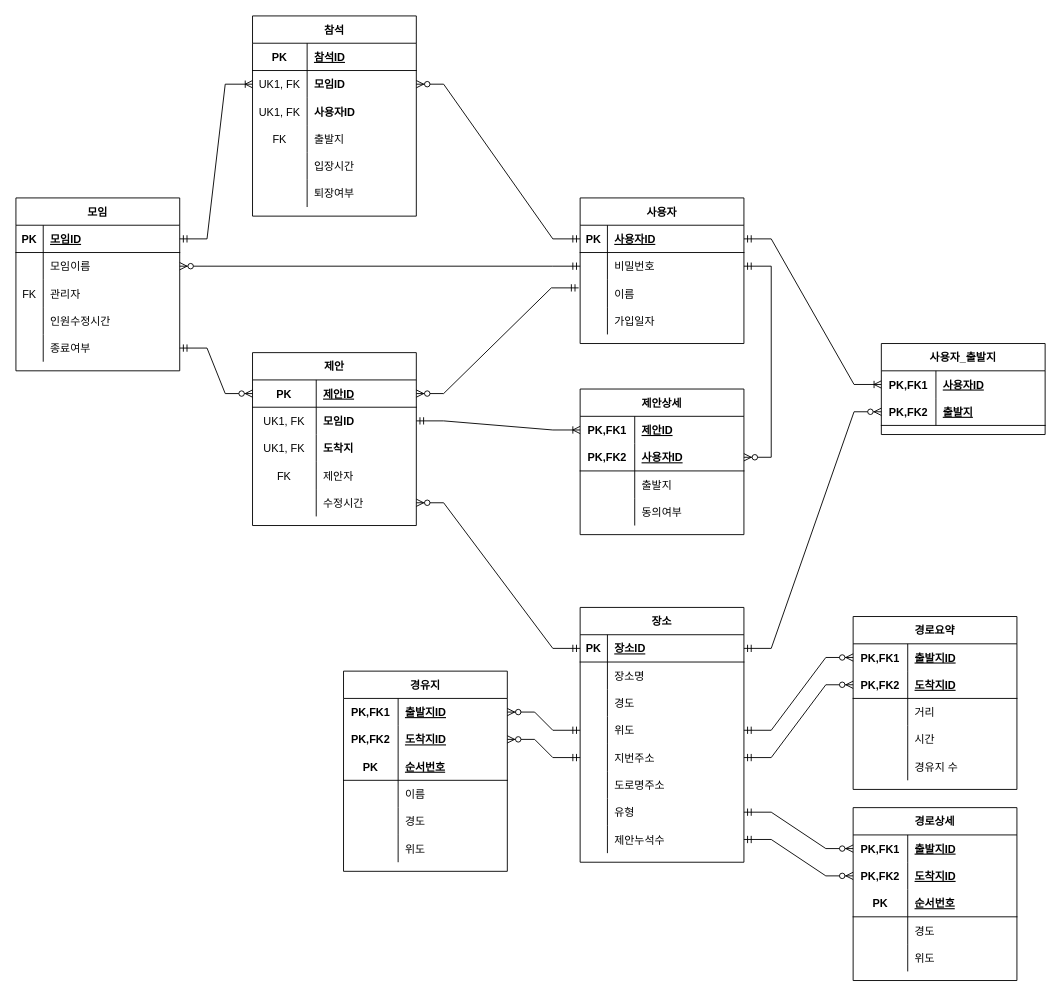
This is documents/ER-DIAGRAM.drawio from jsjg73/LMUN_Ver2.1, a draw.io file, before an edit. Source tidied: cells renumbered, new cells numbered last; positions are measured from the earlier drawing's top-left corner, leaving out a move shared by most shapes. Both pictures are drawn from the tidied source at 91%, with x=0, y=0 at pixel (15, 15).
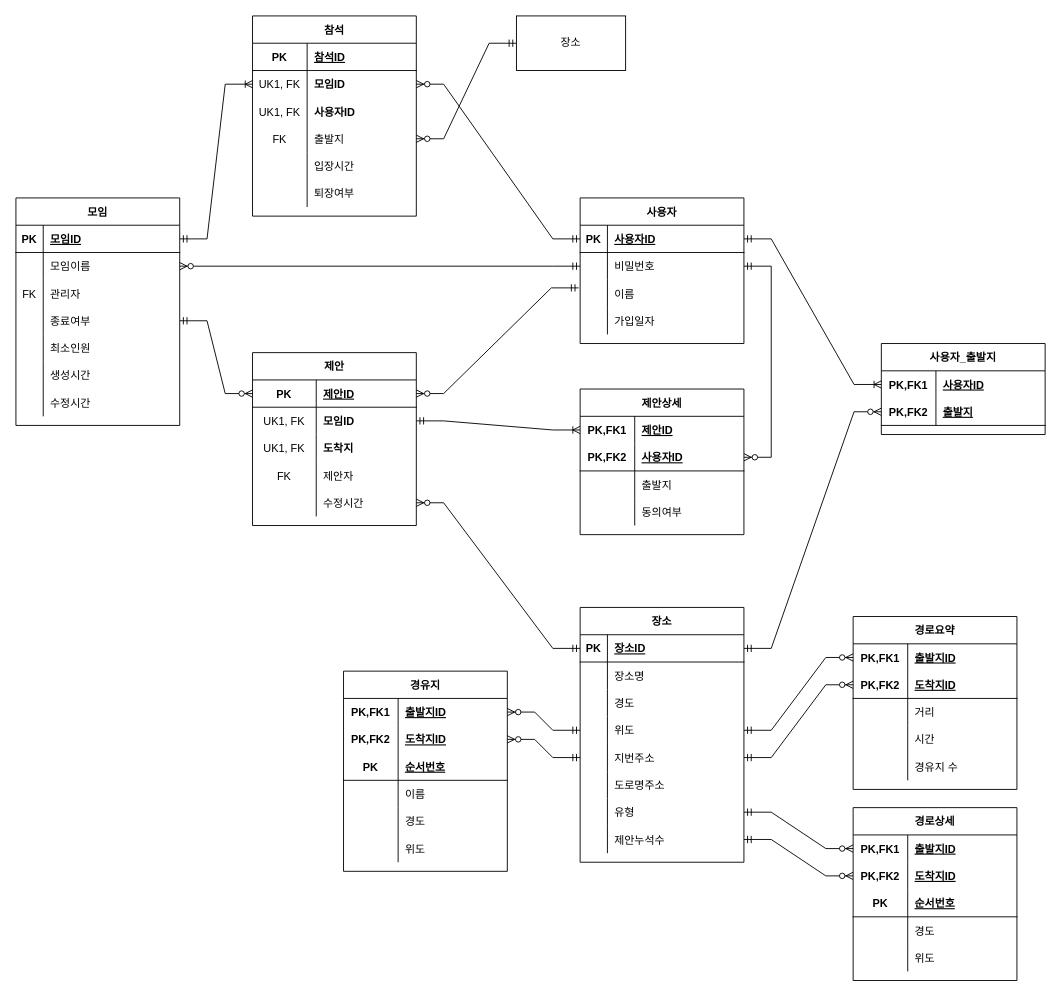
The same page after the edit.

Unchanged cells that the change refers to:
```xml
<mxCell id="42" style="shape=partialRectangle;fillColor=none;top=0;left=0;bottom=0;right=0;points=[[0,0.5],[1,0.5]];portConstraint=eastwest;" parent="32" vertex="1">
  <mxGeometry y="120" width="180" height="30" as="geometry" />
</mxCell>
```

The edit, as a diff of the source:
```diff
@@
     <mxCell id="2" value="모임" style="shape=table;startSize=30;childLayout=tableLayout;rowLines=0;fontStyle=1;align=center;" parent="1" vertex="1">
-      <mxGeometry y="200" width="180" height="190" as="geometry" />
+      <mxGeometry y="200" width="180" height="250" as="geometry" />
     </mxCell>
@@
+    <mxCell id="15" style="shape=partialRectangle;fillColor=none;top=0;left=0;bottom=0;right=0;points=[[0,0.5],[1,0.5]];portConstraint=eastwest;" parent="2" vertex="1">
+      <mxGeometry y="120" width="180" height="30" as="geometry" />
+    </mxCell>
+    <mxCell id="16" style="shape=partialRectangle;fillColor=none;top=0;left=0;bottom=0;right=0;overflow=hidden;" parent="15" vertex="1">
+      <mxGeometry width="30" height="30" as="geometry" />
+    </mxCell>
+    <mxCell id="17" value="종료여부" style="shape=partialRectangle;fillColor=none;top=0;left=0;bottom=0;right=0;align=left;spacingLeft=6;overflow=hidden;" parent="15" vertex="1">
+      <mxGeometry x="30" width="150" height="30" as="geometry" />
+    </mxCell>
+    <mxCell id="178" style="shape=partialRectangle;fillColor=none;top=0;left=0;bottom=0;right=0;" parent="2" vertex="1">
+      <mxGeometry y="150" width="180" height="30" as="geometry" />
+    </mxCell>
+    <mxCell id="179" style="shape=partialRectangle;fillColor=none;top=0;left=0;bottom=0;right=0;overflow=hidden;" parent="178" vertex="1">
+      <mxGeometry width="30" height="30" as="geometry" />
+    </mxCell>
+    <mxCell id="180" value="최소인원" style="shape=partialRectangle;fillColor=none;top=0;left=0;bottom=0;right=0;align=left;spacingLeft=6;overflow=hidden;" parent="178" vertex="1">
+      <mxGeometry x="30" width="150" height="30" as="geometry" />
+    </mxCell>
+    <mxCell id="181" style="shape=partialRectangle;fillColor=none;top=0;left=0;bottom=0;right=0;" parent="2" vertex="1">
+      <mxGeometry y="180" width="180" height="30" as="geometry" />
+    </mxCell>
+    <mxCell id="182" style="shape=partialRectangle;fillColor=none;top=0;left=0;bottom=0;right=0;overflow=hidden;" parent="181" vertex="1">
+      <mxGeometry width="30" height="30" as="geometry" />
+    </mxCell>
+    <mxCell id="183" value="생성시간" style="shape=partialRectangle;fillColor=none;top=0;left=0;bottom=0;right=0;align=left;spacingLeft=6;overflow=hidden;" parent="181" vertex="1">
+      <mxGeometry x="30" width="150" height="30" as="geometry" />
+    </mxCell>
     <mxCell id="12" style="shape=partialRectangle;fillColor=none;top=0;left=0;bottom=0;right=0;" parent="2" vertex="1">
-      <mxGeometry y="120" width="180" height="30" as="geometry" />
+      <mxGeometry y="210" width="180" height="30" as="geometry" />
     </mxCell>
@@
-    <mxCell id="14" value="인원수정시간" style="shape=partialRectangle;fillColor=none;top=0;left=0;bottom=0;right=0;align=left;spacingLeft=6;overflow=hidden;" parent="12" vertex="1">
+    <mxCell id="14" value="수정시간" style="shape=partialRectangle;fillColor=none;top=0;left=0;bottom=0;right=0;align=left;spacingLeft=6;overflow=hidden;" parent="12" vertex="1">
       <mxGeometry x="30" width="150" height="30" as="geometry" />
     </mxCell>
-    <mxCell id="15" style="shape=partialRectangle;fillColor=none;top=0;left=0;bottom=0;right=0;points=[[0,0.5],[1,0.5]];portConstraint=eastwest;" parent="2" vertex="1">
-      <mxGeometry y="150" width="180" height="30" as="geometry" />
-    </mxCell>
-    <mxCell id="16" style="shape=partialRectangle;fillColor=none;top=0;left=0;bottom=0;right=0;overflow=hidden;" parent="15" vertex="1">
-      <mxGeometry width="30" height="30" as="geometry" />
-    </mxCell>
-    <mxCell id="17" value="종료여부" style="shape=partialRectangle;fillColor=none;top=0;left=0;bottom=0;right=0;align=left;spacingLeft=6;overflow=hidden;" parent="15" vertex="1">
-      <mxGeometry x="30" width="150" height="30" as="geometry" />
-    </mxCell>
@@
+    <mxCell id="184" style="edgeStyle=entityRelationEdgeStyle;fontSize=12;html=1;endArrow=ERzeroToMany;startArrow=ERmandOne;rounded=0;entryX=1;entryY=0.5;entryDx=0;entryDy=0;exitX=0;exitY=0.5;exitDx=0;exitDy=0;" parent="1" edge="1" source="185" target="42">
+      <mxGeometry relative="1" as="geometry" />
+    </mxCell>
+    <mxCell id="185" value="장소" style="rounded=0;whiteSpace=wrap;html=1;" parent="1" vertex="1">
+      <mxGeometry x="550" width="120" height="60" as="geometry" />
+    </mxCell>
```
